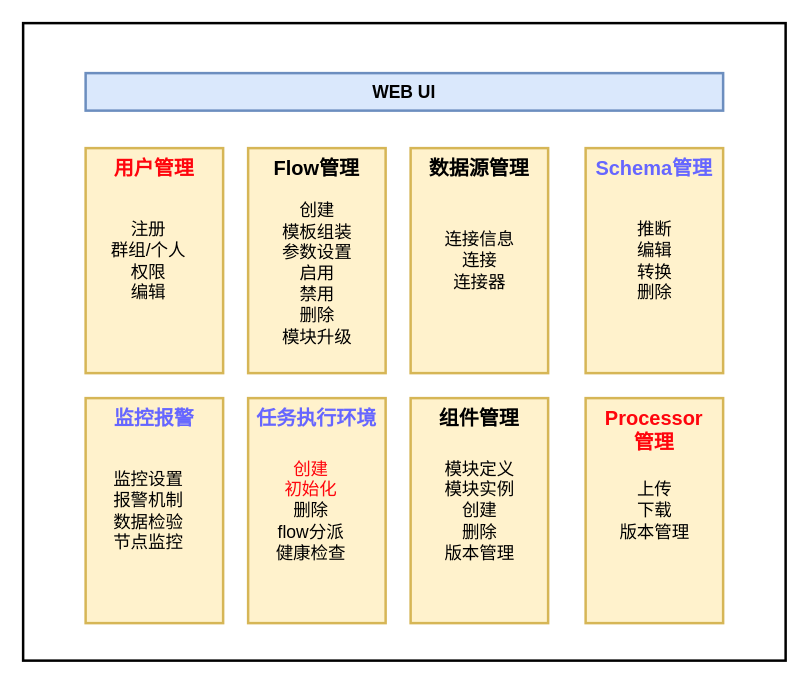
Earlier version of the draw.io diagram page "Architecture" (1 of 16) of 自助式接入.drawio (dophinlife/drawio). Source tidied: cells renumbered, new cells numbered last; positions are measured from the earlier drawing's top-left corner, leaving out a move shared by most shapes. Both pictures are drawn from the tidied source at 125%, with x=0, y=0 at pixel (22, 22).
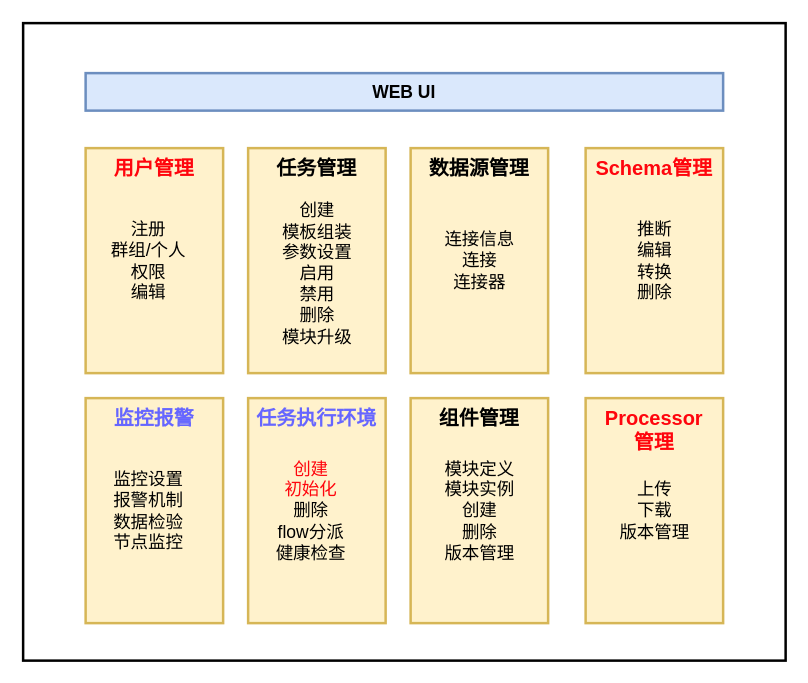
After the change.

What changed in the source:
```diff
@@
 <mxGraphModel>
   <root>
     <mxCell id="0" />
     <mxCell id="1" parent="0" />
     <mxCell id="2" style="rounded=0;whiteSpace=wrap;html=1;strokeWidth=2;" parent="1" vertex="1">
       <mxGeometry width="610" height="510" as="geometry" />
     </mxCell>
     <mxCell id="3" value="&lt;b&gt;&lt;font style=&quot;font-size: 14px&quot;&gt;WEB UI&lt;/font&gt;&lt;/b&gt;" style="rounded=0;whiteSpace=wrap;html=1;strokeWidth=2;fillColor=#dae8fc;strokeColor=#6c8ebf;" parent="1" vertex="1">
       <mxGeometry x="50" y="40" width="510" height="30" as="geometry" />
     </mxCell>
     <mxCell id="4" value="&lt;b&gt;&lt;font style=&quot;font-size: 16px&quot; color=&quot;#ff050d&quot;&gt;用户管理&lt;/font&gt;&lt;/b&gt;" style="rounded=0;whiteSpace=wrap;html=1;strokeWidth=2;fillColor=#fff2cc;strokeColor=#d6b656;verticalAlign=top;fontSize=14;" parent="1" vertex="1">
       <mxGeometry x="50" y="100" width="110" height="180" as="geometry" />
     </mxCell>
     <mxCell id="5" value="注册&lt;br&gt;群组/个人&lt;br&gt;权限&lt;br&gt;编辑" style="text;html=1;align=center;verticalAlign=middle;fontSize=14;" parent="1" vertex="1">
       <mxGeometry x="60" y="155" width="80" height="70" as="geometry" />
     </mxCell>
     <mxCell id="6" value="&lt;span style=&quot;font-size: 16px&quot;&gt;&lt;b&gt;数据源管理&lt;/b&gt;&lt;/span&gt;" style="rounded=0;whiteSpace=wrap;html=1;strokeWidth=2;fillColor=#fff2cc;strokeColor=#d6b656;verticalAlign=top;fontSize=14;" parent="1" vertex="1">
       <mxGeometry x="310" y="100" width="110" height="180" as="geometry" />
     </mxCell>
-    <mxCell id="7" value="&lt;span style=&quot;font-size: 16px&quot;&gt;&lt;b&gt;Flow管理&lt;/b&gt;&lt;/span&gt;" style="rounded=0;whiteSpace=wrap;html=1;strokeWidth=2;fillColor=#fff2cc;strokeColor=#d6b656;verticalAlign=top;fontSize=14;" parent="1" vertex="1">
+    <mxCell id="7" value="&lt;span style=&quot;font-size: 16px&quot;&gt;&lt;b&gt;任务管理&lt;/b&gt;&lt;/span&gt;" style="rounded=0;whiteSpace=wrap;html=1;strokeWidth=2;fillColor=#fff2cc;strokeColor=#d6b656;verticalAlign=top;fontSize=14;" parent="1" vertex="1">
       <mxGeometry x="180" y="100" width="110" height="180" as="geometry" />
     </mxCell>
     <mxCell id="8" value="创建&lt;br&gt;模板组装&lt;br&gt;参数设置&lt;br&gt;启用&lt;br&gt;禁用&lt;br&gt;删除&lt;br&gt;模块升级" style="text;html=1;align=center;verticalAlign=middle;fontSize=14;" parent="1" vertex="1">
       <mxGeometry x="200" y="140" width="70" height="120" as="geometry" />
     </mxCell>
-    <mxCell id="9" value="&lt;span style=&quot;font-size: 16px&quot;&gt;&lt;b&gt;&lt;font color=&quot;#6666ff&quot;&gt;Schema管理&lt;/font&gt;&lt;/b&gt;&lt;/span&gt;" style="rounded=0;whiteSpace=wrap;html=1;strokeWidth=2;fillColor=#fff2cc;strokeColor=#d6b656;verticalAlign=top;fontSize=14;" parent="1" vertex="1">
+    <mxCell id="9" value="&lt;span style=&quot;font-size: 16px&quot;&gt;&lt;b&gt;&lt;font color=&quot;#ff050d&quot;&gt;Schema管理&lt;/font&gt;&lt;/b&gt;&lt;/span&gt;" style="rounded=0;whiteSpace=wrap;html=1;strokeWidth=2;fillColor=#fff2cc;strokeColor=#d6b656;verticalAlign=top;fontSize=14;" parent="1" vertex="1">
       <mxGeometry x="450" y="100" width="110" height="180" as="geometry" />
     </mxCell>
     <mxCell id="10" value="&lt;span style=&quot;font-size: 16px&quot;&gt;&lt;b&gt;&lt;font color=&quot;#6666ff&quot;&gt;监控报警&lt;/font&gt;&lt;/b&gt;&lt;/span&gt;" style="rounded=0;whiteSpace=wrap;html=1;strokeWidth=2;fillColor=#fff2cc;strokeColor=#d6b656;verticalAlign=top;fontSize=14;" parent="1" vertex="1">
       <mxGeometry x="50" y="300" width="110" height="180" as="geometry" />
     </mxCell>
     <mxCell id="11" value="监控设置&lt;br&gt;报警机制&lt;br&gt;数据检验&lt;br&gt;节点监控&lt;br&gt;" style="text;html=1;align=center;verticalAlign=middle;fontSize=14;" parent="1" vertex="1">
       <mxGeometry x="65" y="355" width="70" height="70" as="geometry" />
     </mxCell>
     <mxCell id="12" value="&lt;span style=&quot;font-size: 16px&quot;&gt;&lt;b&gt;组件管理&lt;/b&gt;&lt;/span&gt;" style="rounded=0;whiteSpace=wrap;html=1;strokeWidth=2;fillColor=#fff2cc;strokeColor=#d6b656;verticalAlign=top;fontSize=14;" parent="1" vertex="1">
       <mxGeometry x="310" y="300" width="110" height="180" as="geometry" />
     </mxCell>
     <mxCell id="13" value="&lt;span style=&quot;font-size: 16px&quot;&gt;&lt;b&gt;&lt;font color=&quot;#6666ff&quot;&gt;任务执行环境&lt;/font&gt;&lt;/b&gt;&lt;/span&gt;" style="rounded=0;whiteSpace=wrap;html=1;strokeWidth=2;fillColor=#fff2cc;strokeColor=#d6b656;verticalAlign=top;fontSize=14;" parent="1" vertex="1">
       <mxGeometry x="180" y="300" width="110" height="180" as="geometry" />
     </mxCell>
     <mxCell id="14" value="&lt;font color=&quot;#ff050d&quot;&gt;创建&lt;br&gt;初始化&lt;/font&gt;&lt;br&gt;删除&lt;br&gt;flow分派&lt;br&gt;健康检查" style="text;html=1;align=center;verticalAlign=middle;fontSize=14;" parent="1" vertex="1">
       <mxGeometry x="195" y="345" width="70" height="90" as="geometry" />
     </mxCell>
     <mxCell id="15" value="&lt;span style=&quot;font-size: 16px&quot;&gt;&lt;b&gt;&lt;font color=&quot;#ff050d&quot;&gt;Processor&lt;br&gt;管理&lt;/font&gt;&lt;br&gt;&lt;/b&gt;&lt;/span&gt;" style="rounded=0;whiteSpace=wrap;html=1;strokeWidth=2;fillColor=#fff2cc;strokeColor=#d6b656;verticalAlign=top;fontSize=14;" parent="1" vertex="1">
       <mxGeometry x="450" y="300" width="110" height="180" as="geometry" />
     </mxCell>
     <mxCell id="16" value="连接信息&lt;br&gt;连接&lt;br&gt;连接器" style="text;html=1;align=center;verticalAlign=middle;fontSize=14;" parent="1" vertex="1">
       <mxGeometry x="330" y="160" width="70" height="60" as="geometry" />
     </mxCell>
     <mxCell id="17" value="推断&lt;br&gt;编辑&lt;br&gt;转换&lt;br&gt;删除" style="text;html=1;align=center;verticalAlign=middle;fontSize=14;" parent="1" vertex="1">
       <mxGeometry x="485" y="155" width="40" height="70" as="geometry" />
     </mxCell>
     <mxCell id="18" value="模块定义&lt;br&gt;模块实例&lt;br&gt;创建&lt;br&gt;删除&lt;br&gt;版本管理" style="text;html=1;align=center;verticalAlign=middle;fontSize=14;" parent="1" vertex="1">
       <mxGeometry x="330" y="345" width="70" height="90" as="geometry" />
     </mxCell>
     <mxCell id="19" value="上传&lt;br&gt;下载&lt;br&gt;版本管理" style="text;html=1;align=center;verticalAlign=middle;fontSize=14;" parent="1" vertex="1">
       <mxGeometry x="470" y="360" width="70" height="60" as="geometry" />
     </mxCell>
   </root>
 </mxGraphModel>
```
